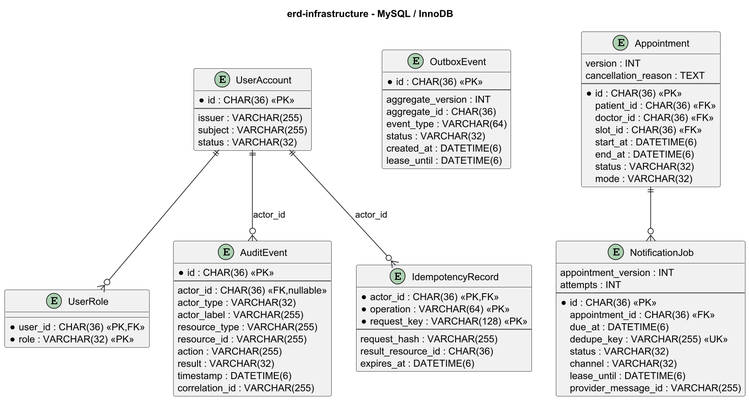
Samie32/SE-project keeps this PlantUML diagram as docs/design/database/erd-infrastructure.png. Above is the earlier version. The source it was exported from:
```plantuml
@startuml erd-infrastructure
skinparam entity {
  BackgroundColor White
  BorderColor #555
  ArrowColor #333
  FontName Arial
  FontSize 10
}
skinparam shadowing false
skinparam dpi 150
title erd-infrastructure - MySQL / InnoDB

entity "UserAccount" as UA {
  * id : CHAR(36) <<PK>>
  --
  issuer : VARCHAR(255)
  subject : VARCHAR(255)
  status : VARCHAR(32)
}

entity "UserRole" as UR {
  * user_id : CHAR(36) <<PK,FK>>
  * role : VARCHAR(32) <<PK>>
}

entity "AuditEvent" as AE {
  * id : CHAR(36) <<PK>>
  --
  actor_id : CHAR(36) <<FK,nullable>>
  actor_type : VARCHAR(32)
  actor_label : VARCHAR(255)
  resource_type : VARCHAR(255)
  resource_id : VARCHAR(255)
  action : VARCHAR(255)
  result : VARCHAR(32)
  timestamp : DATETIME(6)
  correlation_id : VARCHAR(255)
}

entity "IdempotencyRecord" as IR {
  * actor_id : CHAR(36) <<PK,FK>>
  * operation : VARCHAR(64) <<PK>>
  * request_key : VARCHAR(128) <<PK>>
  --
  request_hash : VARCHAR(255)
  result_resource_id : CHAR(36)
  expires_at : DATETIME(6)
}

entity "OutboxEvent" as OE {
  * id : CHAR(36) <<PK>>
  --
  aggregate_version : INT
  aggregate_id : CHAR(36)
  event_type : VARCHAR(64)
  status : VARCHAR(32)
  created_at : DATETIME(6)
  lease_until : DATETIME(6)
}

entity "Appointment" as AP {
  version : INT
  cancellation_reason : TEXT
  --
  * id : CHAR(36) <<PK>>
  patient_id : CHAR(36) <<FK>>
  doctor_id : CHAR(36) <<FK>>
  slot_id : CHAR(36) <<FK>>
  start_at : DATETIME(6)
  end_at : DATETIME(6)
  status : VARCHAR(32)
  mode : VARCHAR(32)
}

entity "NotificationJob" as NJ {
  appointment_version : INT
  attempts : INT
  --
  * id : CHAR(36) <<PK>>
  appointment_id : CHAR(36) <<FK>>
  due_at : DATETIME(6)
  dedupe_key : VARCHAR(255) <<UK>>
  status : VARCHAR(32)
  channel : VARCHAR(32)
  lease_until : DATETIME(6)
  provider_message_id : VARCHAR(255)
}

UA ||--o{ UR
UA ||--o{ AE : actor_id
UA ||--o{ IR : actor_id
AP ||--o{ NJ

@enduml
```
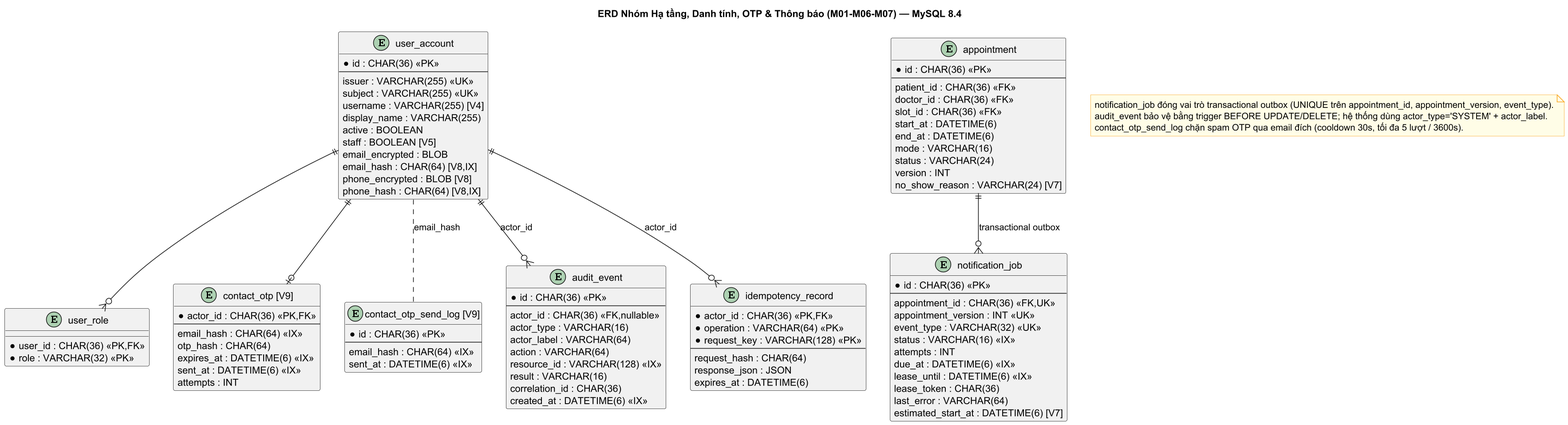
After the change.

What changed in the source:
```diff
@@ -6,89 +6,112 @@
   FontName Arial
   FontSize 10
 }
+skinparam noteBackgroundColor #FFFDE7
+skinparam noteBorderColor #F9A825
 skinparam shadowing false
 skinparam dpi 150
-title erd-infrastructure - MySQL / InnoDB
+title ERD Nhóm Hạ tầng, Danh tính, OTP & Thông báo (M01-M06-M07) — MySQL 8.4
 
-entity "UserAccount" as UA {
+entity "user_account" as UA {
   * id : CHAR(36) <<PK>>
   --
-  issuer : VARCHAR(255)
-  subject : VARCHAR(255)
-  status : VARCHAR(32)
+  issuer : VARCHAR(255) <<UK>>
+  subject : VARCHAR(255) <<UK>>
+  username : VARCHAR(255) [V4]
+  display_name : VARCHAR(255)
+  active : BOOLEAN
+  staff : BOOLEAN [V5]
+  email_encrypted : BLOB
+  email_hash : CHAR(64) [V8,IX]
+  phone_encrypted : BLOB [V8]
+  phone_hash : CHAR(64) [V8,IX]
 }
 
-entity "UserRole" as UR {
+entity "user_role" as UR {
   * user_id : CHAR(36) <<PK,FK>>
   * role : VARCHAR(32) <<PK>>
 }
 
-entity "AuditEvent" as AE {
+entity "contact_otp [V9]" as CO {
+  * actor_id : CHAR(36) <<PK,FK>>
+  --
+  email_hash : CHAR(64) <<IX>>
+  otp_hash : CHAR(64)
+  expires_at : DATETIME(6) <<IX>>
+  sent_at : DATETIME(6) <<IX>>
+  attempts : INT
+}
+
+entity "contact_otp_send_log [V9]" as COS {
+  * id : CHAR(36) <<PK>>
+  --
+  email_hash : CHAR(64) <<IX>>
+  sent_at : DATETIME(6) <<IX>>
+}
+
+entity "audit_event" as AE {
   * id : CHAR(36) <<PK>>
   --
   actor_id : CHAR(36) <<FK,nullable>>
-  actor_type : VARCHAR(32)
-  actor_label : VARCHAR(255)
-  resource_type : VARCHAR(255)
-  resource_id : VARCHAR(255)
-  action : VARCHAR(255)
-  result : VARCHAR(32)
-  timestamp : DATETIME(6)
-  correlation_id : VARCHAR(255)
+  actor_type : VARCHAR(16)
+  actor_label : VARCHAR(64)
+  action : VARCHAR(64)
+  resource_id : VARCHAR(128) <<IX>>
+  result : VARCHAR(16)
+  correlation_id : CHAR(36)
+  created_at : DATETIME(6) <<IX>>
 }
 
-entity "IdempotencyRecord" as IR {
+entity "idempotency_record" as IR {
   * actor_id : CHAR(36) <<PK,FK>>
   * operation : VARCHAR(64) <<PK>>
   * request_key : VARCHAR(128) <<PK>>
   --
-  request_hash : VARCHAR(255)
-  result_resource_id : CHAR(36)
+  request_hash : CHAR(64)
+  response_json : JSON
   expires_at : DATETIME(6)
 }
 
-entity "OutboxEvent" as OE {
+entity "appointment" as AP {
   * id : CHAR(36) <<PK>>
   --
-  aggregate_version : INT
-  aggregate_id : CHAR(36)
-  event_type : VARCHAR(64)
-  status : VARCHAR(32)
-  created_at : DATETIME(6)
-  lease_until : DATETIME(6)
-}
-
-entity "Appointment" as AP {
-  version : INT
-  cancellation_reason : TEXT
-  --
-  * id : CHAR(36) <<PK>>
   patient_id : CHAR(36) <<FK>>
   doctor_id : CHAR(36) <<FK>>
   slot_id : CHAR(36) <<FK>>
   start_at : DATETIME(6)
   end_at : DATETIME(6)
-  status : VARCHAR(32)
-  mode : VARCHAR(32)
+  mode : VARCHAR(16)
+  status : VARCHAR(24)
+  version : INT
+  no_show_reason : VARCHAR(24) [V7]
 }
 
-entity "NotificationJob" as NJ {
-  appointment_version : INT
+entity "notification_job" as NJ {
+  * id : CHAR(36) <<PK>>
+  --
+  appointment_id : CHAR(36) <<FK,UK>>
+  appointment_version : INT <<UK>>
+  event_type : VARCHAR(32) <<UK>>
+  status : VARCHAR(16) <<IX>>
   attempts : INT
-  --
-  * id : CHAR(36) <<PK>>
-  appointment_id : CHAR(36) <<FK>>
-  due_at : DATETIME(6)
-  dedupe_key : VARCHAR(255) <<UK>>
-  status : VARCHAR(32)
-  channel : VARCHAR(32)
-  lease_until : DATETIME(6)
-  provider_message_id : VARCHAR(255)
+  due_at : DATETIME(6) <<IX>>
+  lease_until : DATETIME(6) <<IX>>
+  lease_token : CHAR(36)
+  last_error : VARCHAR(64)
+  estimated_start_at : DATETIME(6) [V7]
 }
 
 UA ||--o{ UR
+UA ||--o| CO
+UA .. COS : email_hash
 UA ||--o{ AE : actor_id
 UA ||--o{ IR : actor_id
-AP ||--o{ NJ
+AP ||--o{ NJ : transactional outbox
+
+note as N1
+  notification_job đóng vai trò transactional outbox (UNIQUE trên appointment_id, appointment_version, event_type).
+  audit_event bảo vệ bằng trigger BEFORE UPDATE/DELETE; hệ thống dùng actor_type='SYSTEM' + actor_label.
+  contact_otp_send_log chặn spam OTP qua email đích (cooldown 30s, tối đa 5 lượt / 3600s).
+end note
 
 @enduml
```
